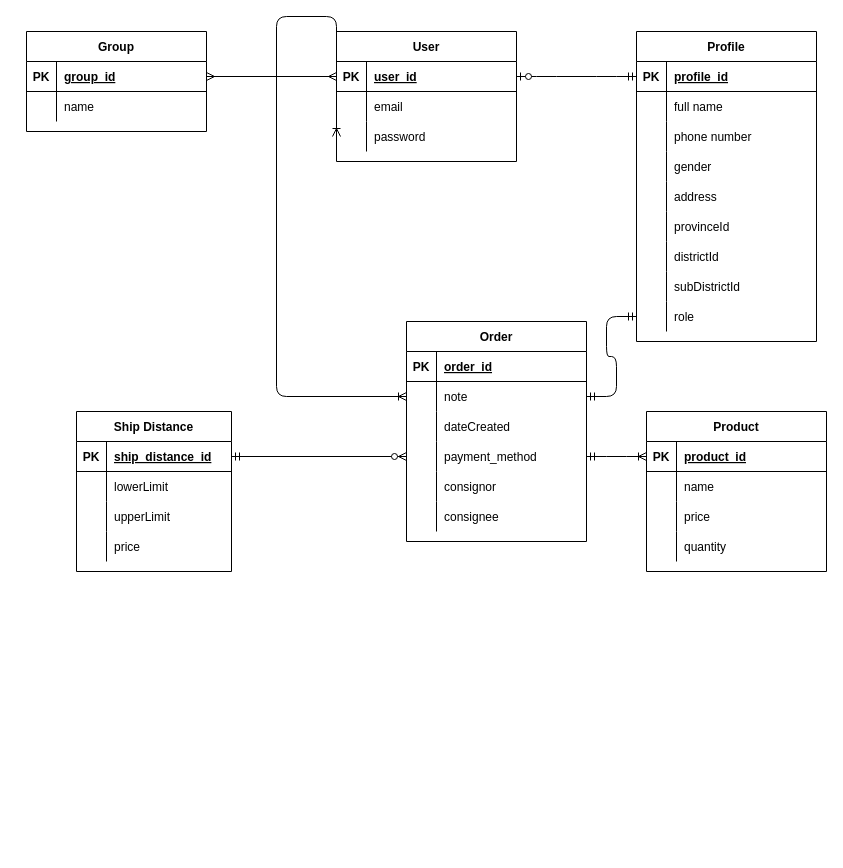
This is resources/database_design.drawio from NgoQuocBao1010/Shipping-System-Management, a draw.io file, before an edit. Source tidied: cells renumbered, new cells numbered last; positions are measured from the earlier drawing's top-left corner, leaving out a move shared by most shapes. Both pictures are drawn from the tidied source at 100%, with x=0, y=0 at pixel (26, 16).
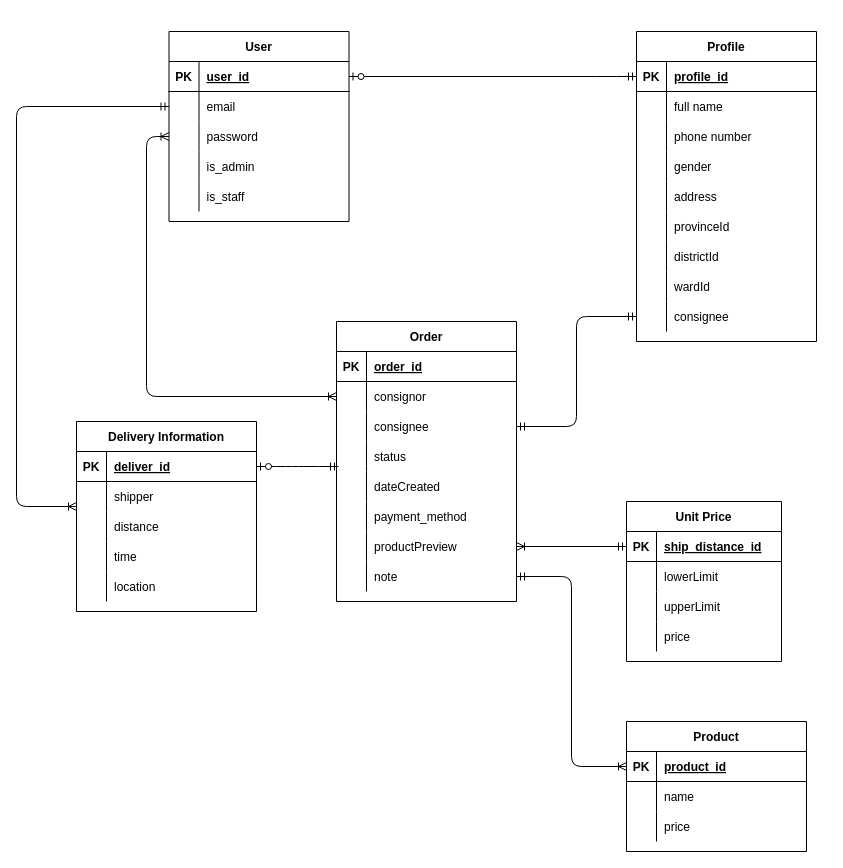
The same page after the edit.

The change refers to these unchanged cells:
```xml
<mxCell id="3" style="shape=partialRectangle;fillColor=none;top=0;left=0;bottom=1;right=0;points=[[0,0.5],[1,0.5]];portConstraint=eastwest;" parent="2" vertex="1">
  <mxGeometry y="30" width="180" height="30" as="geometry" />
</mxCell>
<mxCell id="6" style="shape=partialRectangle;fillColor=none;top=0;left=0;bottom=0;right=0;points=[[0,0.5],[1,0.5]];portConstraint=eastwest;" parent="2" vertex="1">
  <mxGeometry y="60" width="180" height="30" as="geometry" />
</mxCell>
<mxCell id="9" style="shape=partialRectangle;fillColor=none;top=0;left=0;bottom=0;right=0;points=[[0,0.5],[1,0.5]];portConstraint=eastwest;" parent="2" vertex="1">
  <mxGeometry y="90" width="180" height="30" as="geometry" />
</mxCell>
<mxCell id="34" style="shape=partialRectangle;fillColor=none;top=0;left=0;bottom=0;right=0;" parent="12" vertex="1">
  <mxGeometry y="240" width="180" height="30" as="geometry" />
</mxCell>
<mxCell id="37" style="shape=partialRectangle;fillColor=none;top=0;left=0;bottom=0;right=0;points=[[0,0.5],[1,0.5]];portConstraint=eastwest;" parent="12" vertex="1">
  <mxGeometry y="270" width="180" height="30" as="geometry" />
</mxCell>
<mxCell id="52" style="shape=partialRectangle;fillColor=none;top=0;left=0;bottom=0;right=0;points=[[0,0.5],[1,0.5]];portConstraint=eastwest;" parent="48" vertex="1">
  <mxGeometry y="60" width="180" height="30" as="geometry" />
</mxCell>
<mxCell id="69" style="shape=partialRectangle;fillColor=none;top=0;left=0;bottom=1;right=0;points=[[0,0.5],[1,0.5]];portConstraint=eastwest;" parent="68" vertex="1">
  <mxGeometry y="30" width="155" height="30" as="geometry" />
</mxCell>
<mxCell id="83" style="shape=partialRectangle;fillColor=none;top=0;left=0;bottom=1;right=0;points=[[0,0.5],[1,0.5]];portConstraint=eastwest;" parent="82" vertex="1">
  <mxGeometry y="30" width="180" height="30" as="geometry" />
</mxCell>
```

Diff of the diagram source:
```diff
@@
     <mxCell id="2" value="User" style="shape=table;startSize=30;childLayout=tableLayout;rowLines=0;fontStyle=1;align=center;" parent="1" vertex="1">
-      <mxGeometry x="310" y="15" width="180" height="130" as="geometry" />
+      <mxGeometry x="142.5" y="15" width="180" height="190" as="geometry" />
     </mxCell>
@@
+    <mxCell id="98" style="shape=partialRectangle;fillColor=none;top=0;left=0;bottom=0;right=0;" parent="2" vertex="1">
+      <mxGeometry y="120" width="180" height="30" as="geometry" />
+    </mxCell>
+    <mxCell id="99" style="shape=partialRectangle;fillColor=none;top=0;left=0;bottom=0;right=0;overflow=hidden;" parent="98" vertex="1">
+      <mxGeometry width="30" height="30" as="geometry" />
+    </mxCell>
+    <mxCell id="100" value="is_admin" style="shape=partialRectangle;fillColor=none;top=0;left=0;bottom=0;right=0;align=left;spacingLeft=6;overflow=hidden;" parent="98" vertex="1">
+      <mxGeometry x="30" width="150" height="30" as="geometry" />
+    </mxCell>
+    <mxCell id="101" style="shape=partialRectangle;fillColor=none;top=0;left=0;bottom=0;right=0;" parent="2" vertex="1">
+      <mxGeometry y="150" width="180" height="30" as="geometry" />
+    </mxCell>
+    <mxCell id="102" style="shape=partialRectangle;fillColor=none;top=0;left=0;bottom=0;right=0;overflow=hidden;" parent="101" vertex="1">
+      <mxGeometry width="30" height="30" as="geometry" />
+    </mxCell>
+    <mxCell id="103" value="is_staff" style="shape=partialRectangle;fillColor=none;top=0;left=0;bottom=0;right=0;align=left;spacingLeft=6;overflow=hidden;" parent="101" vertex="1">
+      <mxGeometry x="30" width="150" height="30" as="geometry" />
+    </mxCell>
@@
-    <mxCell id="36" value="subDistrictId" style="shape=partialRectangle;fillColor=none;top=0;left=0;bottom=0;right=0;align=left;spacingLeft=6;overflow=hidden;" parent="34" vertex="1">
+    <mxCell id="36" value="wardId" style="shape=partialRectangle;fillColor=none;top=0;left=0;bottom=0;right=0;align=left;spacingLeft=6;overflow=hidden;" parent="34" vertex="1">
       <mxGeometry x="30" width="150" height="30" as="geometry" />
     </mxCell>
@@
-    <mxCell id="39" value="role" style="shape=partialRectangle;fillColor=none;top=0;left=0;bottom=0;right=0;align=left;spacingLeft=6;overflow=hidden;" parent="37" vertex="1">
+    <mxCell id="39" value="consignee" style="shape=partialRectangle;fillColor=none;top=0;left=0;bottom=0;right=0;align=left;spacingLeft=6;overflow=hidden;" parent="37" vertex="1">
       <mxGeometry x="30" width="150" height="30" as="geometry" />
     </mxCell>
-    <mxCell id="40" value="Group" style="shape=table;startSize=30;childLayout=tableLayout;rowLines=0;fontStyle=1;align=center;" parent="1" vertex="1">
-      <mxGeometry y="15" width="180" height="100" as="geometry" />
-    </mxCell>
-    <mxCell id="41" style="shape=partialRectangle;fillColor=none;top=0;left=0;bottom=1;right=0;points=[[0,0.5],[1,0.5]];portConstraint=eastwest;" parent="40" vertex="1">
-      <mxGeometry y="30" width="180" height="30" as="geometry" />
-    </mxCell>
-    <mxCell id="42" value="PK" style="shape=partialRectangle;fillColor=none;top=0;left=0;bottom=0;right=0;fontStyle=1;overflow=hidden;" parent="41" vertex="1">
-      <mxGeometry width="30" height="30" as="geometry" />
-    </mxCell>
-    <mxCell id="43" value="group_id" style="shape=partialRectangle;fillColor=none;top=0;left=0;bottom=0;right=0;align=left;spacingLeft=6;fontStyle=5;overflow=hidden;" parent="41" vertex="1">
-      <mxGeometry x="30" width="150" height="30" as="geometry" />
-    </mxCell>
-    <mxCell id="44" style="shape=partialRectangle;fillColor=none;top=0;left=0;bottom=0;right=0;points=[[0,0.5],[1,0.5]];portConstraint=eastwest;" parent="40" vertex="1">
-      <mxGeometry y="60" width="180" height="30" as="geometry" />
-    </mxCell>
-    <mxCell id="45" style="shape=partialRectangle;fillColor=none;top=0;left=0;bottom=0;right=0;overflow=hidden;" parent="44" vertex="1">
-      <mxGeometry width="30" height="30" as="geometry" />
-    </mxCell>
-    <mxCell id="46" value="name" style="shape=partialRectangle;fillColor=none;top=0;left=0;bottom=0;right=0;align=left;spacingLeft=6;overflow=hidden;" parent="44" vertex="1">
-      <mxGeometry x="30" width="150" height="30" as="geometry" />
-    </mxCell>
-    <mxCell id="47" style="edgeStyle=orthogonalEdgeStyle;fontSize=12;html=1;endArrow=ERmany;startArrow=ERmany;entryX=1;entryY=0.5;entryDx=0;entryDy=0;" parent="1" edge="1" source="3" target="41">
-      <mxGeometry relative="1" as="geometry" />
-    </mxCell>
     <mxCell id="48" value="Order" style="shape=table;startSize=30;childLayout=tableLayout;rowLines=0;fontStyle=1;align=center;" parent="1" vertex="1">
-      <mxGeometry x="380" y="305" width="180" height="220" as="geometry" />
+      <mxGeometry x="310" y="305" width="180" height="280" as="geometry" />
     </mxCell>
@@
-    <mxCell id="54" value="note" style="shape=partialRectangle;fillColor=none;top=0;left=0;bottom=0;right=0;align=left;spacingLeft=6;overflow=hidden;" parent="52" vertex="1">
+    <mxCell id="54" value="consignor" style="shape=partialRectangle;fillColor=none;top=0;left=0;bottom=0;right=0;align=left;spacingLeft=6;overflow=hidden;" parent="52" vertex="1">
       <mxGeometry x="30" width="150" height="30" as="geometry" />
     </mxCell>
+    <mxCell id="104" style="shape=partialRectangle;fillColor=none;top=0;left=0;bottom=0;right=0;points=[[0,0.5],[1,0.5]];portConstraint=eastwest;" parent="48" vertex="1">
+      <mxGeometry y="90" width="180" height="30" as="geometry" />
+    </mxCell>
+    <mxCell id="105" style="shape=partialRectangle;fillColor=none;top=0;left=0;bottom=0;right=0;overflow=hidden;" parent="104" vertex="1">
+      <mxGeometry width="30" height="30" as="geometry" />
+    </mxCell>
+    <mxCell id="66" value="consignee" style="shape=partialRectangle;fillColor=none;top=0;left=0;bottom=0;right=0;align=left;spacingLeft=6;overflow=hidden;" parent="104" vertex="1">
+      <mxGeometry x="30" width="150" height="30" as="geometry" />
+    </mxCell>
+    <mxCell id="106" style="shape=partialRectangle;fillColor=none;top=0;left=0;bottom=0;right=0;points=[[0,0.5],[1,0.5]];portConstraint=eastwest;" parent="48" vertex="1">
+      <mxGeometry y="120" width="180" height="30" as="geometry" />
+    </mxCell>
+    <mxCell id="107" style="shape=partialRectangle;fillColor=none;top=0;left=0;bottom=0;right=0;overflow=hidden;" parent="106" vertex="1">
+      <mxGeometry width="30" height="30" as="geometry" />
+    </mxCell>
+    <mxCell id="108" value="status" style="shape=partialRectangle;fillColor=none;top=0;left=0;bottom=0;right=0;align=left;spacingLeft=6;overflow=hidden;" parent="106" vertex="1">
+      <mxGeometry x="30" width="150" height="30" as="geometry" />
+    </mxCell>
     <mxCell id="55" style="shape=partialRectangle;fillColor=none;top=0;left=0;bottom=0;right=0;" parent="48" vertex="1">
-      <mxGeometry y="90" width="180" height="30" as="geometry" />
+      <mxGeometry y="150" width="180" height="30" as="geometry" />
     </mxCell>
@@
     <mxCell id="58" style="shape=partialRectangle;fillColor=none;top=0;left=0;bottom=0;right=0;points=[[0,0.5],[1,0.5]];portConstraint=eastwest;" parent="48" vertex="1">
-      <mxGeometry y="120" width="180" height="30" as="geometry" />
+      <mxGeometry y="180" width="180" height="30" as="geometry" />
     </mxCell>
@@
+    <mxCell id="109" style="shape=partialRectangle;fillColor=none;top=0;left=0;bottom=0;right=0;points=[[0,0.5],[1,0.5]];portConstraint=eastwest;" parent="48" vertex="1">
+      <mxGeometry y="210" width="180" height="30" as="geometry" />
+    </mxCell>
+    <mxCell id="110" style="shape=partialRectangle;fillColor=none;top=0;left=0;bottom=0;right=0;overflow=hidden;" parent="109" vertex="1">
+      <mxGeometry width="30" height="30" as="geometry" />
+    </mxCell>
+    <mxCell id="111" value="productPreview" style="shape=partialRectangle;fillColor=none;top=0;left=0;bottom=0;right=0;align=left;spacingLeft=6;overflow=hidden;" parent="109" vertex="1">
+      <mxGeometry x="30" width="150" height="30" as="geometry" />
+    </mxCell>
     <mxCell id="61" style="shape=partialRectangle;fillColor=none;top=0;left=0;bottom=0;right=0;points=[[0,0.5],[1,0.5]];portConstraint=eastwest;" parent="48" vertex="1">
-      <mxGeometry y="150" width="180" height="30" as="geometry" />
+      <mxGeometry y="240" width="180" height="30" as="geometry" />
     </mxCell>
@@
-    <mxCell id="63" value="consignor" style="shape=partialRectangle;fillColor=none;top=0;left=0;bottom=0;right=0;align=left;spacingLeft=6;overflow=hidden;" parent="61" vertex="1">
+    <mxCell id="63" value="note" style="shape=partialRectangle;fillColor=none;top=0;left=0;bottom=0;right=0;align=left;spacingLeft=6;overflow=hidden;" parent="61" vertex="1">
       <mxGeometry x="30" width="150" height="30" as="geometry" />
     </mxCell>
-    <mxCell id="64" style="shape=partialRectangle;fillColor=none;top=0;left=0;bottom=0;right=0;" parent="48" vertex="1">
-      <mxGeometry y="180" width="180" height="30" as="geometry" />
-    </mxCell>
-    <mxCell id="65" style="shape=partialRectangle;fillColor=none;top=0;left=0;bottom=0;right=0;overflow=hidden;" parent="64" vertex="1">
-      <mxGeometry width="30" height="30" as="geometry" />
-    </mxCell>
-    <mxCell id="66" value="consignee" style="shape=partialRectangle;fillColor=none;top=0;left=0;bottom=0;right=0;align=left;spacingLeft=6;overflow=hidden;" parent="64" vertex="1">
-      <mxGeometry x="30" width="150" height="30" as="geometry" />
-    </mxCell>
@@
-    <mxCell id="68" value="Ship Distance" style="shape=table;startSize=30;childLayout=tableLayout;rowLines=0;fontStyle=1;align=center;" parent="1" vertex="1">
-      <mxGeometry x="50" y="395" width="155" height="160" as="geometry" />
+    <mxCell id="68" value="Unit Price" style="shape=table;startSize=30;childLayout=tableLayout;rowLines=0;fontStyle=1;align=center;" parent="1" vertex="1">
+      <mxGeometry x="600" y="485" width="155" height="160" as="geometry" />
     </mxCell>
@@
-    <mxCell id="81" style="edgeStyle=orthogonalEdgeStyle;fontSize=12;html=1;endArrow=ERzeroToMany;startArrow=ERmandOne;exitX=1;exitY=0.5;exitDx=0;exitDy=0;" parent="1" edge="1" source="69" target="58">
-      <mxGeometry relative="1" as="geometry" />
-    </mxCell>
     <mxCell id="82" value="Product" style="shape=table;startSize=30;childLayout=tableLayout;rowLines=0;fontStyle=1;align=center;" parent="1" vertex="1">
-      <mxGeometry x="620" y="395" width="180" height="160" as="geometry" />
+      <mxGeometry x="600" y="705" width="180" height="130" as="geometry" />
     </mxCell>
@@
-    <mxCell id="92" style="shape=partialRectangle;fillColor=none;top=0;left=0;bottom=0;right=0;" parent="82" vertex="1">
-      <mxGeometry y="120" width="180" height="30" as="geometry" />
-    </mxCell>
-    <mxCell id="93" style="shape=partialRectangle;fillColor=none;top=0;left=0;bottom=0;right=0;overflow=hidden;" parent="92" vertex="1">
-      <mxGeometry width="30" height="30" as="geometry" />
-    </mxCell>
-    <mxCell id="94" value="quantity" style="shape=partialRectangle;fillColor=none;top=0;left=0;bottom=0;right=0;align=left;spacingLeft=6;overflow=hidden;" parent="92" vertex="1">
-      <mxGeometry x="30" width="150" height="30" as="geometry" />
-    </mxCell>
-    <mxCell id="95" style="edgeStyle=entityRelationEdgeStyle;fontSize=12;html=1;endArrow=ERoneToMany;startArrow=ERmandOne;entryX=0;entryY=0.5;entryDx=0;entryDy=0;" parent="1" edge="1" source="58" target="83">
-      <mxGeometry relative="1" as="geometry" />
-    </mxCell>
-    <mxCell id="96" style="edgeStyle=entityRelationEdgeStyle;fontSize=12;html=1;endArrow=ERmandOne;startArrow=ERmandOne;exitX=1;exitY=0.5;exitDx=0;exitDy=0;" parent="1" edge="1" source="52" target="37">
+    <mxCell id="96" style="edgeStyle=orthogonalEdgeStyle;fontSize=12;html=1;endArrow=ERmandOne;startArrow=ERmandOne;exitX=1;exitY=0.5;exitDx=0;exitDy=0;" parent="1" edge="1" source="104" target="37">
       <mxGeometry relative="1" as="geometry" />
     </mxCell>
     <mxCell id="97" style="edgeStyle=orthogonalEdgeStyle;fontSize=12;html=1;endArrow=ERoneToMany;startArrow=ERoneToMany;entryX=0;entryY=0.5;entryDx=0;entryDy=0;exitX=0;exitY=0.5;exitDx=0;exitDy=0;" parent="1" edge="1" source="52" target="9">
       <mxGeometry relative="1" as="geometry">
         <Array as="points">
-          <mxPoint x="250" y="380" />
-          <mxPoint x="250" />
+          <mxPoint x="120" y="380" />
+          <mxPoint x="120" y="120" />
         </Array>
       </mxGeometry>
     </mxCell>
+    <mxCell id="112" style="edgeStyle=orthogonalEdgeStyle;fontSize=12;html=1;endArrow=ERoneToMany;startArrow=ERmandOne;exitX=1;exitY=0.5;exitDx=0;exitDy=0;" parent="1" edge="1" source="61" target="83">
+      <mxGeometry relative="1" as="geometry" />
+    </mxCell>
+    <mxCell id="113" style="edgeStyle=orthogonalEdgeStyle;fontSize=12;html=1;endArrow=ERoneToMany;startArrow=ERmandOne;" parent="1" edge="1" source="69" target="109">
+      <mxGeometry relative="1" as="geometry" />
+    </mxCell>
+    <mxCell id="114" value="Delivery Information" style="shape=table;startSize=30;childLayout=tableLayout;rowLines=0;fontStyle=1;align=center;" parent="1" vertex="1">
+      <mxGeometry x="50" y="405" width="180" height="190" as="geometry" />
+    </mxCell>
+    <mxCell id="41" style="shape=partialRectangle;fillColor=none;top=0;left=0;bottom=1;right=0;points=[[0,0.5],[1,0.5]];portConstraint=eastwest;" parent="114" vertex="1">
+      <mxGeometry y="30" width="180" height="30" as="geometry" />
+    </mxCell>
+    <mxCell id="42" value="PK" style="shape=partialRectangle;fillColor=none;top=0;left=0;bottom=0;right=0;fontStyle=1;overflow=hidden;" parent="41" vertex="1">
+      <mxGeometry width="30" height="30" as="geometry" />
+    </mxCell>
+    <mxCell id="115" value="deliver_id" style="shape=partialRectangle;fillColor=none;top=0;left=0;bottom=0;right=0;align=left;spacingLeft=6;fontStyle=5;overflow=hidden;" parent="41" vertex="1">
+      <mxGeometry x="30" width="150" height="30" as="geometry" />
+    </mxCell>
+    <mxCell id="44" style="shape=partialRectangle;fillColor=none;top=0;left=0;bottom=0;right=0;points=[[0,0.5],[1,0.5]];portConstraint=eastwest;" parent="114" vertex="1">
+      <mxGeometry y="60" width="180" height="30" as="geometry" />
+    </mxCell>
+    <mxCell id="116" style="shape=partialRectangle;fillColor=none;top=0;left=0;bottom=0;right=0;overflow=hidden;" parent="44" vertex="1">
+      <mxGeometry width="30" height="30" as="geometry" />
+    </mxCell>
+    <mxCell id="117" value="shipper" style="shape=partialRectangle;fillColor=none;top=0;left=0;bottom=0;right=0;align=left;spacingLeft=6;overflow=hidden;" parent="44" vertex="1">
+      <mxGeometry x="30" width="150" height="30" as="geometry" />
+    </mxCell>
+    <mxCell id="118" style="shape=partialRectangle;fillColor=none;top=0;left=0;bottom=0;right=0;" parent="114" vertex="1">
+      <mxGeometry y="90" width="180" height="30" as="geometry" />
+    </mxCell>
+    <mxCell id="119" style="shape=partialRectangle;fillColor=none;top=0;left=0;bottom=0;right=0;overflow=hidden;" parent="118" vertex="1">
+      <mxGeometry width="30" height="30" as="geometry" />
+    </mxCell>
+    <mxCell id="120" value="distance" style="shape=partialRectangle;fillColor=none;top=0;left=0;bottom=0;right=0;align=left;spacingLeft=6;overflow=hidden;" parent="118" vertex="1">
+      <mxGeometry x="30" width="150" height="30" as="geometry" />
+    </mxCell>
+    <mxCell id="121" style="shape=partialRectangle;fillColor=none;top=0;left=0;bottom=0;right=0;" parent="114" vertex="1">
+      <mxGeometry y="120" width="180" height="30" as="geometry" />
+    </mxCell>
+    <mxCell id="122" style="shape=partialRectangle;fillColor=none;top=0;left=0;bottom=0;right=0;overflow=hidden;" parent="121" vertex="1">
+      <mxGeometry width="30" height="30" as="geometry" />
+    </mxCell>
+    <mxCell id="123" value="time" style="shape=partialRectangle;fillColor=none;top=0;left=0;bottom=0;right=0;align=left;spacingLeft=6;overflow=hidden;" parent="121" vertex="1">
+      <mxGeometry x="30" width="150" height="30" as="geometry" />
+    </mxCell>
+    <mxCell id="124" style="shape=partialRectangle;fillColor=none;top=0;left=0;bottom=0;right=0;" parent="114" vertex="1">
+      <mxGeometry y="150" width="180" height="30" as="geometry" />
+    </mxCell>
+    <mxCell id="125" style="shape=partialRectangle;fillColor=none;top=0;left=0;bottom=0;right=0;overflow=hidden;" parent="124" vertex="1">
+      <mxGeometry width="30" height="30" as="geometry" />
+    </mxCell>
+    <mxCell id="126" value="location" style="shape=partialRectangle;fillColor=none;top=0;left=0;bottom=0;right=0;align=left;spacingLeft=6;overflow=hidden;" parent="124" vertex="1">
+      <mxGeometry x="30" width="150" height="30" as="geometry" />
+    </mxCell>
+    <mxCell id="127" style="edgeStyle=orthogonalEdgeStyle;fontSize=12;html=1;endArrow=ERoneToMany;startArrow=ERmandOne;entryX=0;entryY=0.833;entryDx=0;entryDy=0;entryPerimeter=0;" parent="1" edge="1" source="6" target="44">
+      <mxGeometry relative="1" as="geometry">
+        <Array as="points">
+          <mxPoint x="-10" y="90" />
+          <mxPoint x="-10" y="490" />
+        </Array>
+      </mxGeometry>
+    </mxCell>
+    <mxCell id="128" style="edgeStyle=entityRelationEdgeStyle;fontSize=12;html=1;endArrow=ERzeroToOne;startArrow=ERmandOne;entryX=1;entryY=0.5;entryDx=0;entryDy=0;exitX=0.011;exitY=0.833;exitDx=0;exitDy=0;exitPerimeter=0;" parent="1" edge="1" source="106" target="41">
+      <mxGeometry relative="1" as="geometry" />
+    </mxCell>
```
